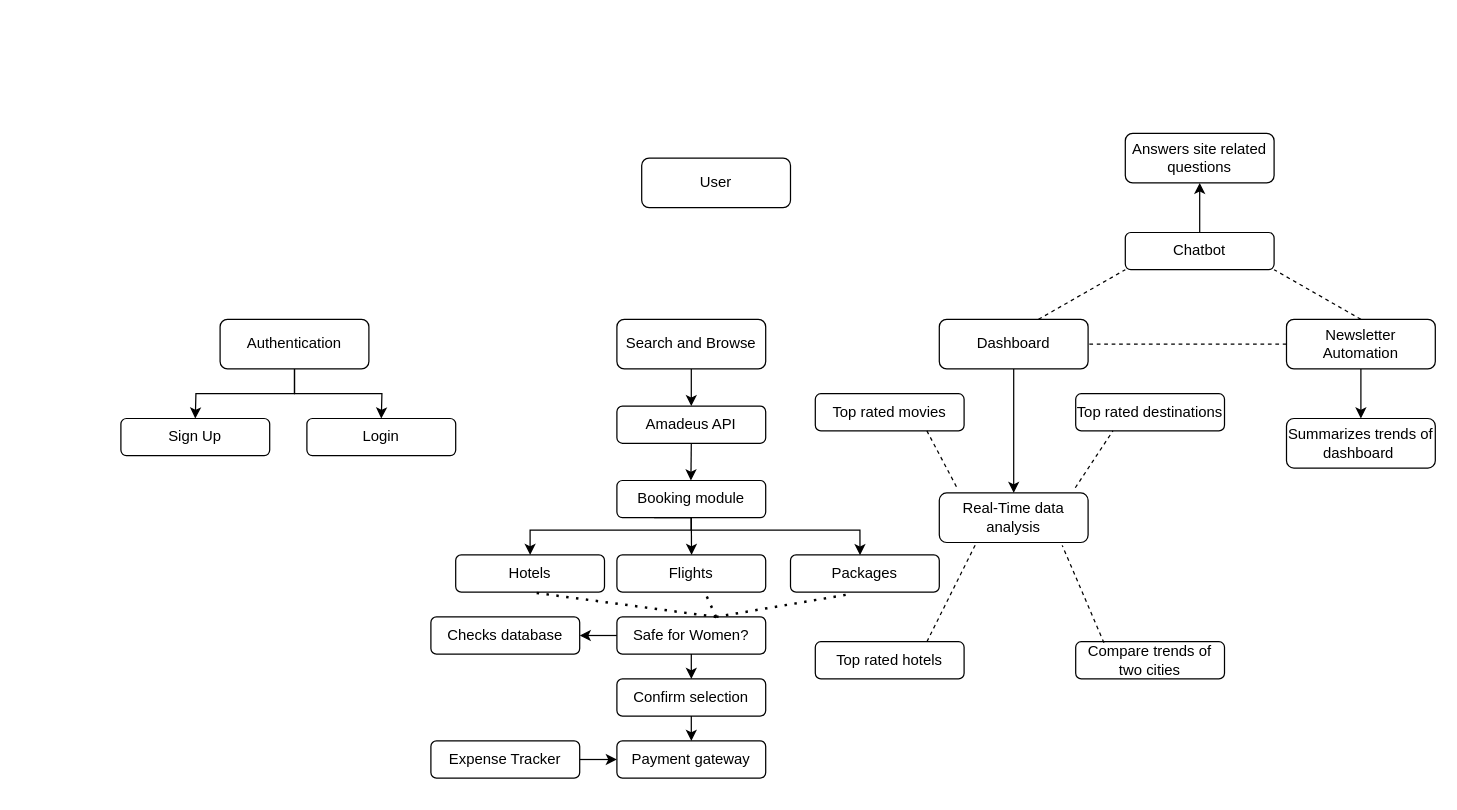
ShaliniKashyap717/Travel_Website keeps this draw.io diagram as Untitled Diagram.drawio. Above is the earlier version. Source tidied: cells renumbered, new cells numbered last; positions are measured from the earlier drawing's top-left corner, leaving out a move shared by most shapes. Both pictures are drawn from the tidied source at 124%, with x=0, y=0 at pixel (120, 133).
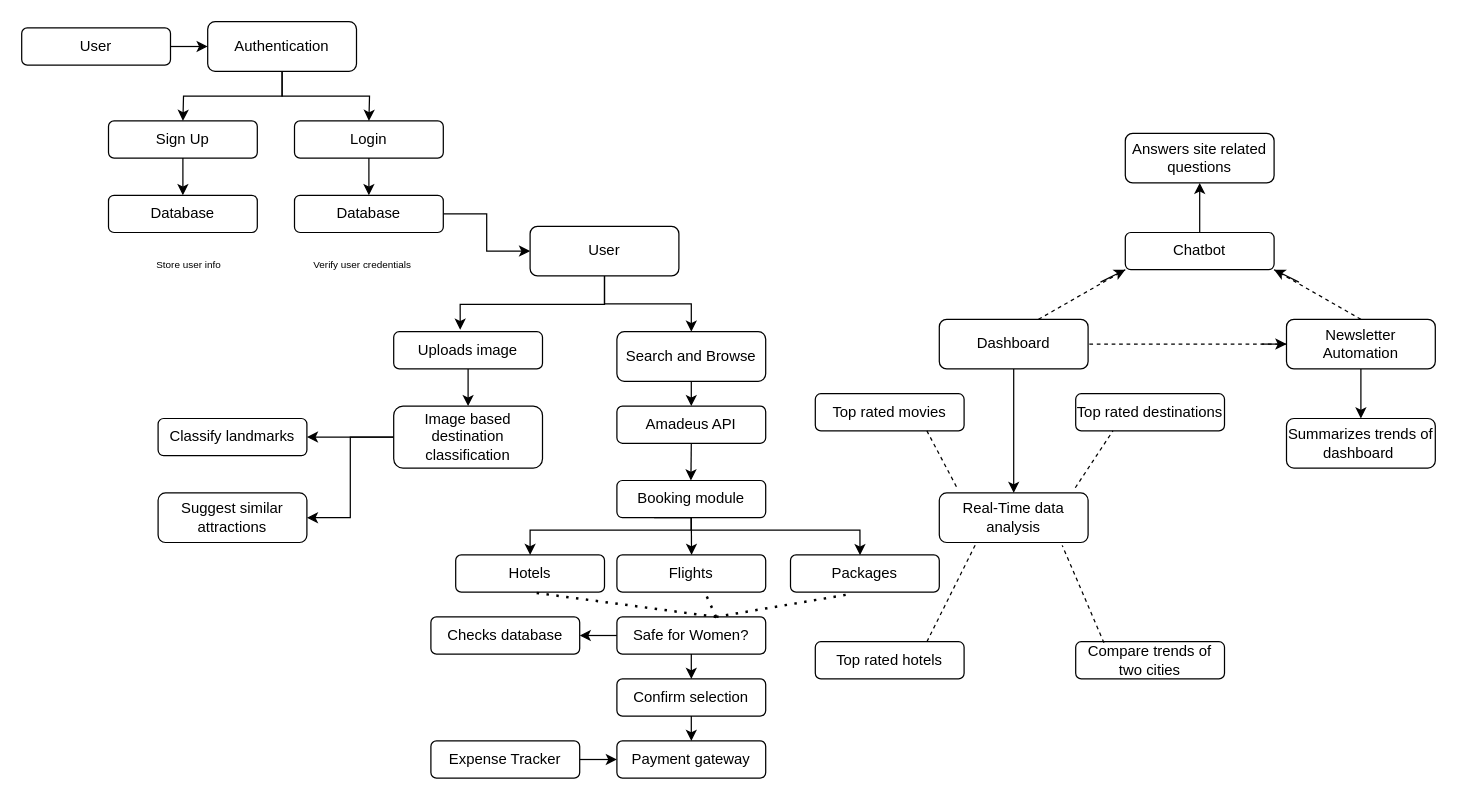
Above is the later version.

Unchanged cells that the change refers to:
```xml
<mxCell id="4" value="Dashboard" style="rounded=1;whiteSpace=wrap;html=1;fontSize=12;glass=0;strokeWidth=1;shadow=0;" parent="1" vertex="1">
  <mxGeometry x="660" y="150" width="120" height="40" as="geometry" />
</mxCell>
<mxCell id="11" value="Newsletter Automation" style="rounded=1;whiteSpace=wrap;html=1;fontSize=12;glass=0;strokeWidth=1;shadow=0;" parent="1" vertex="1">
  <mxGeometry x="940" y="150" width="120" height="40" as="geometry" />
</mxCell>
<mxCell id="44" value="Chatbot" style="rounded=1;whiteSpace=wrap;html=1;fontSize=12;glass=0;strokeWidth=1;shadow=0;" parent="1" vertex="1">
  <mxGeometry x="810" y="80" width="120" height="30" as="geometry" />
</mxCell>
```

Diff of the diagram source:
```diff
@@
+    <mxCell id="54" style="edgeStyle=orthogonalEdgeStyle;rounded=0;jettySize=auto;html=1;exitX=0.5;exitY=1;exitDx=0;exitDy=0;" parent="1" edge="1" source="2" target="6">
+      <mxGeometry relative="1" as="geometry" />
+    </mxCell>
     <mxCell id="2" value="User" style="rounded=1;whiteSpace=wrap;html=1;fontSize=12;glass=0;strokeWidth=1;shadow=0;" parent="1" vertex="1">
-      <mxGeometry x="420" y="20" width="120" height="40" as="geometry" />
+      <mxGeometry x="330" y="75" width="120" height="40" as="geometry" />
     </mxCell>
@@
     <mxCell id="6" value="Search and Browse" style="rounded=1;whiteSpace=wrap;html=1;fontSize=12;glass=0;strokeWidth=1;shadow=0;" parent="1" vertex="1">
-      <mxGeometry x="400" y="150" width="120" height="40" as="geometry" />
+      <mxGeometry x="400" y="160" width="120" height="40" as="geometry" />
     </mxCell>
@@
+    <mxCell id="55" style="edgeStyle=orthogonalEdgeStyle;rounded=0;jettySize=auto;html=1;exitX=0;exitY=0.5;exitDx=0;exitDy=0;" parent="1" edge="1" source="11">
+      <mxGeometry relative="1" as="geometry">
+        <mxPoint x="939.7" y="169.9" as="targetPoint" />
+      </mxGeometry>
+    </mxCell>
@@
     <mxCell id="42" style="endArrow=none;dashed=1;html=1;rounded=0;entryX=1;entryY=0.5;entryDx=0;entryDy=0;exitX=0;exitY=0.5;exitDx=0;exitDy=0;" parent="1" edge="1" source="11" target="4">
-      <mxGeometry relative="1" as="geometry" />
+      <mxGeometry relative="1" as="geometry">
+        <Array as="points">
+          <mxPoint x="940" y="170" />
+        </Array>
+      </mxGeometry>
     </mxCell>
@@
-    <mxCell id="49" style="edgeStyle=orthogonalEdgeStyle;rounded=0;jettySize=auto;html=1;exitX=0.5;exitY=1;exitDx=0;exitDy=0;" parent="1" edge="1" source="51">
-      <mxGeometry relative="1" as="geometry">
-        <mxPoint x="60" y="230" as="targetPoint" />
-      </mxGeometry>
-    </mxCell>
-    <mxCell id="50" style="edgeStyle=orthogonalEdgeStyle;rounded=0;jettySize=auto;html=1;exitX=0.5;exitY=1;exitDx=0;exitDy=0;" parent="1" edge="1" source="51">
-      <mxGeometry relative="1" as="geometry">
-        <mxPoint x="210" y="230" as="targetPoint" />
-      </mxGeometry>
-    </mxCell>
+    <mxCell id="56" value="&lt;font style=&quot;font-size: 8px;&quot;&gt;Store user info&lt;/font&gt;" style="text;html=1;align=center;verticalAlign=middle;whiteSpace=wrap;rounded=0;fontSize=10;" parent="1" vertex="1">
+      <mxGeometry x="20" y="100" width="70" height="10" as="geometry" />
+    </mxCell>
+    <mxCell id="57" value="&lt;font style=&quot;font-size: 8px;&quot;&gt;Verify user credentials&lt;/font&gt;" style="text;html=1;align=center;verticalAlign=middle;whiteSpace=wrap;rounded=0;fontSize=10;" parent="1" vertex="1">
+      <mxGeometry x="150" y="100" width="90" height="10" as="geometry" />
+    </mxCell>
+    <mxCell id="58" style="edgeStyle=orthogonalEdgeStyle;rounded=0;jettySize=auto;html=1;exitX=0.5;exitY=1;exitDx=0;exitDy=0;entryX=0.5;entryY=0;entryDx=0;entryDy=0;" parent="1" edge="1" source="59" target="65">
+      <mxGeometry relative="1" as="geometry" />
+    </mxCell>
+    <mxCell id="59" value="Uploads image" style="rounded=1;whiteSpace=wrap;html=1;" parent="1" vertex="1">
+      <mxGeometry x="220" y="160" width="120" height="30" as="geometry" />
+    </mxCell>
+    <mxCell id="60" style="endArrow=classic;html=1;rounded=0;" parent="1" edge="1">
+      <mxGeometry relative="1" as="geometry">
+        <mxPoint x="920" y="170" as="sourcePoint" />
+        <mxPoint x="940" y="170" as="targetPoint" />
+      </mxGeometry>
+    </mxCell>
+    <mxCell id="61" style="endArrow=classic;html=1;rounded=0;" parent="1" edge="1">
+      <mxGeometry relative="1" as="geometry">
+        <mxPoint x="790" y="120" as="sourcePoint" />
+        <mxPoint x="810" y="110" as="targetPoint" />
+      </mxGeometry>
+    </mxCell>
+    <mxCell id="62" style="endArrow=classic;html=1;rounded=0;entryX=1;entryY=1;entryDx=0;entryDy=0;" parent="1" edge="1" target="44">
+      <mxGeometry relative="1" as="geometry">
+        <mxPoint x="950" y="120" as="sourcePoint" />
+      </mxGeometry>
+    </mxCell>
+    <mxCell id="63" style="edgeStyle=orthogonalEdgeStyle;rounded=0;jettySize=auto;html=1;exitX=0;exitY=0.5;exitDx=0;exitDy=0;entryX=1;entryY=0.5;entryDx=0;entryDy=0;" parent="1" edge="1" source="65" target="75">
+      <mxGeometry relative="1" as="geometry" />
+    </mxCell>
+    <mxCell id="64" style="edgeStyle=orthogonalEdgeStyle;rounded=0;jettySize=auto;html=1;exitX=0;exitY=0.5;exitDx=0;exitDy=0;entryX=1;entryY=0.5;entryDx=0;entryDy=0;" parent="1" edge="1" source="65" target="76">
+      <mxGeometry relative="1" as="geometry" />
+    </mxCell>
+    <mxCell id="65" value="Image based destination classification" style="rounded=1;whiteSpace=wrap;html=1;" parent="1" vertex="1">
+      <mxGeometry x="220" y="220" width="120" height="50" as="geometry" />
+    </mxCell>
+    <mxCell id="66" style="edgeStyle=orthogonalEdgeStyle;rounded=0;jettySize=auto;html=1;exitX=0.5;exitY=1;exitDx=0;exitDy=0;" parent="1" edge="1" source="51">
+      <mxGeometry relative="1" as="geometry">
+        <mxPoint x="50" y="-10" as="targetPoint" />
+      </mxGeometry>
+    </mxCell>
+    <mxCell id="67" style="edgeStyle=orthogonalEdgeStyle;rounded=0;jettySize=auto;html=1;exitX=0.5;exitY=1;exitDx=0;exitDy=0;" parent="1" edge="1" source="51">
+      <mxGeometry relative="1" as="geometry">
+        <mxPoint x="200" y="-10" as="targetPoint" />
+      </mxGeometry>
+    </mxCell>
     <mxCell id="51" value="Authentication" style="rounded=1;whiteSpace=wrap;html=1;fontSize=12;glass=0;strokeWidth=1;shadow=0;" parent="1" vertex="1">
-      <mxGeometry x="80" y="150" width="120" height="40" as="geometry" />
+      <mxGeometry x="70" y="-90" width="120" height="40" as="geometry" />
     </mxCell>
+    <mxCell id="68" style="edgeStyle=orthogonalEdgeStyle;rounded=0;jettySize=auto;html=1;exitX=0.5;exitY=1;exitDx=0;exitDy=0;entryX=0.5;entryY=0;entryDx=0;entryDy=0;" parent="1" edge="1" source="52" target="70">
+      <mxGeometry relative="1" as="geometry" />
+    </mxCell>
     <mxCell id="52" value="Sign Up" style="rounded=1;whiteSpace=wrap;html=1;" parent="1" vertex="1">
-      <mxGeometry y="230" width="120" height="30" as="geometry" />
+      <mxGeometry x="-10" y="-10" width="120" height="30" as="geometry" />
     </mxCell>
+    <mxCell id="69" style="edgeStyle=orthogonalEdgeStyle;rounded=0;jettySize=auto;html=1;exitX=0.5;exitY=1;exitDx=0;exitDy=0;entryX=0.5;entryY=0;entryDx=0;entryDy=0;" parent="1" edge="1" source="53" target="72">
+      <mxGeometry relative="1" as="geometry" />
+    </mxCell>
     <mxCell id="53" value="Login" style="rounded=1;whiteSpace=wrap;html=1;" parent="1" vertex="1">
-      <mxGeometry x="150" y="230" width="120" height="30" as="geometry" />
+      <mxGeometry x="140" y="-10" width="120" height="30" as="geometry" />
     </mxCell>
+    <mxCell id="70" value="Database" style="rounded=1;whiteSpace=wrap;html=1;" parent="1" vertex="1">
+      <mxGeometry x="-10" y="50" width="120" height="30" as="geometry" />
+    </mxCell>
+    <mxCell id="71" style="edgeStyle=orthogonalEdgeStyle;rounded=0;jettySize=auto;html=1;exitX=1;exitY=0.5;exitDx=0;exitDy=0;entryX=0;entryY=0.5;entryDx=0;entryDy=0;" parent="1" edge="1" source="72" target="2">
+      <mxGeometry relative="1" as="geometry" />
+    </mxCell>
+    <mxCell id="72" value="Database" style="rounded=1;whiteSpace=wrap;html=1;" parent="1" vertex="1">
+      <mxGeometry x="140" y="50" width="120" height="30" as="geometry" />
+    </mxCell>
+    <mxCell id="73" style="edgeStyle=orthogonalEdgeStyle;rounded=0;jettySize=auto;html=1;exitX=1;exitY=0.5;exitDx=0;exitDy=0;entryX=0;entryY=0.5;entryDx=0;entryDy=0;" parent="1" edge="1" source="74" target="51">
+      <mxGeometry relative="1" as="geometry" />
+    </mxCell>
+    <mxCell id="74" value="User" style="rounded=1;whiteSpace=wrap;html=1;" parent="1" vertex="1">
+      <mxGeometry x="-80" y="-85" width="120" height="30" as="geometry" />
+    </mxCell>
+    <mxCell id="75" value="Classify landmarks" style="rounded=1;whiteSpace=wrap;html=1;" parent="1" vertex="1">
+      <mxGeometry x="30" y="230" width="120" height="30" as="geometry" />
+    </mxCell>
+    <mxCell id="76" value="Suggest similar attractions" style="rounded=1;whiteSpace=wrap;html=1;" parent="1" vertex="1">
+      <mxGeometry x="30" y="290" width="120" height="40" as="geometry" />
+    </mxCell>
+    <mxCell id="77" style="edgeStyle=orthogonalEdgeStyle;rounded=0;jettySize=auto;html=1;exitX=0.5;exitY=1;exitDx=0;exitDy=0;entryX=0.447;entryY=-0.052;entryDx=0;entryDy=0;entryPerimeter=0;" parent="1" edge="1" source="2" target="59">
+      <mxGeometry relative="1" as="geometry">
+        <Array as="points">
+          <mxPoint x="390" y="138" />
+          <mxPoint x="274" y="138" />
+        </Array>
+      </mxGeometry>
+    </mxCell>
```
